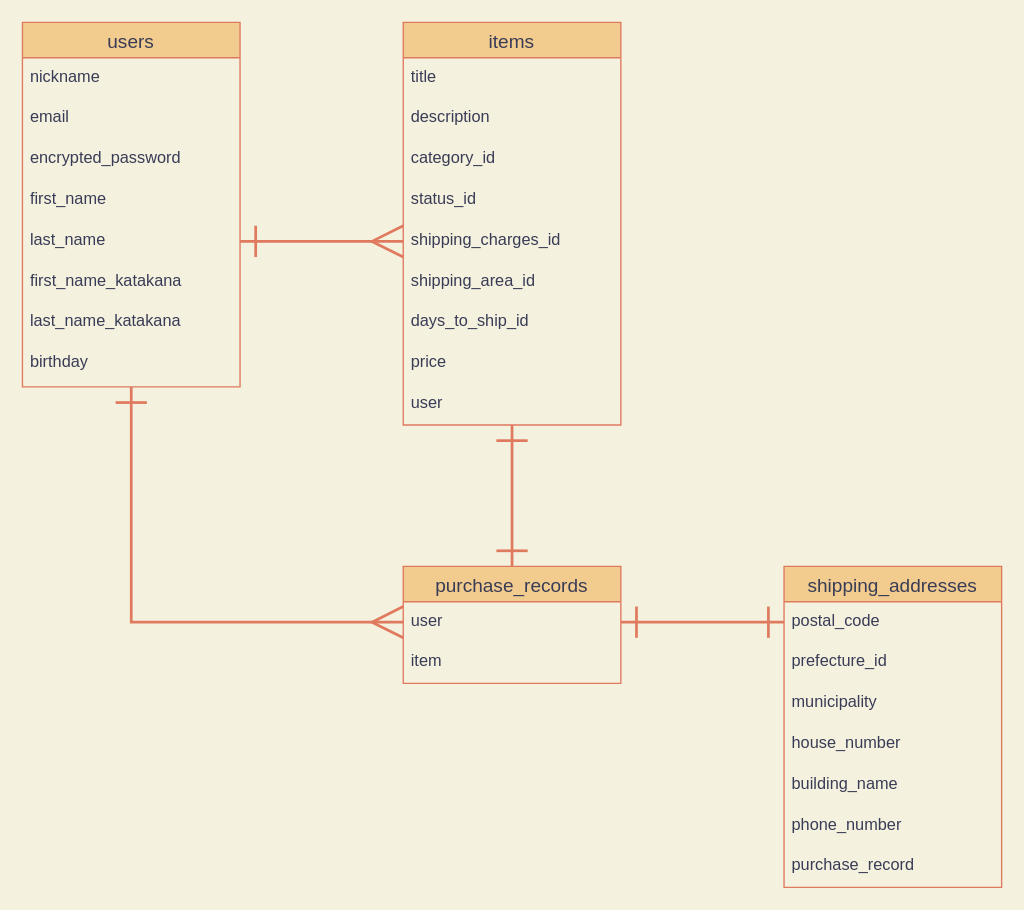
Above: er.dio in daikiaLucky/furima-35960 (draw.io), before the change. Source tidied: cells renumbered, new cells numbered last; positions are measured from the earlier drawing's top-left corner, leaving out a move shared by most shapes. Both pictures are drawn from the tidied source at 136%, with x=0, y=0 at pixel (22, 22).
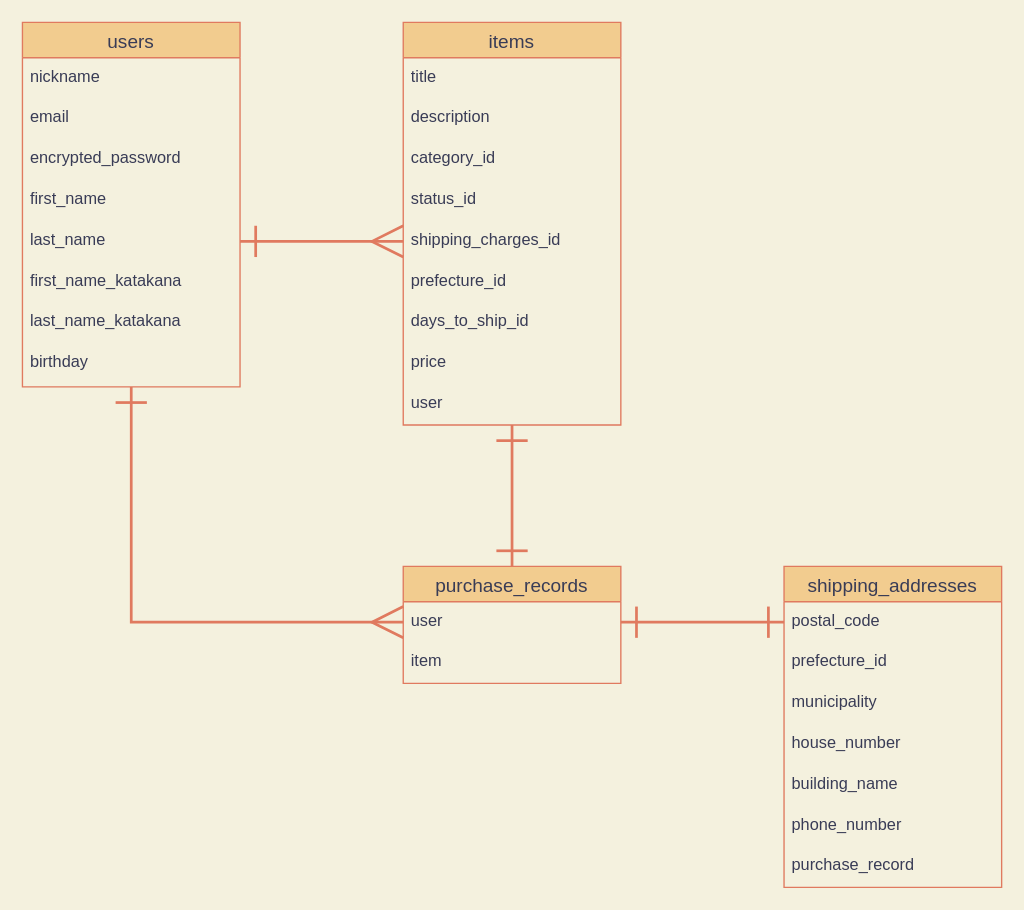
After the change.

Unchanged cells that the change refers to:
```xml
<mxCell id="13" value="items" style="swimlane;fontStyle=0;horizontal=1;startSize=26;align=center;fontSize=14;fillColor=#F2CC8F;strokeColor=#E07A5F;fontColor=#393C56;" parent="1" vertex="1">
  <mxGeometry x="280" width="160" height="296" as="geometry" />
</mxCell>
```

Change to the diagram source:
```diff
@@
-    <mxCell id="19" value="shipping_area_id" style="text;strokeColor=none;fillColor=none;spacingLeft=4;spacingRight=4;overflow=hidden;fontSize=12;fontColor=#393C56;" parent="13" vertex="1">
+    <mxCell id="19" value="prefecture_id" style="text;strokeColor=none;fillColor=none;spacingLeft=4;spacingRight=4;overflow=hidden;fontSize=12;fontColor=#393C56;" parent="13" vertex="1">
       <mxGeometry y="176" width="160" height="30" as="geometry" />
     </mxCell>
```
